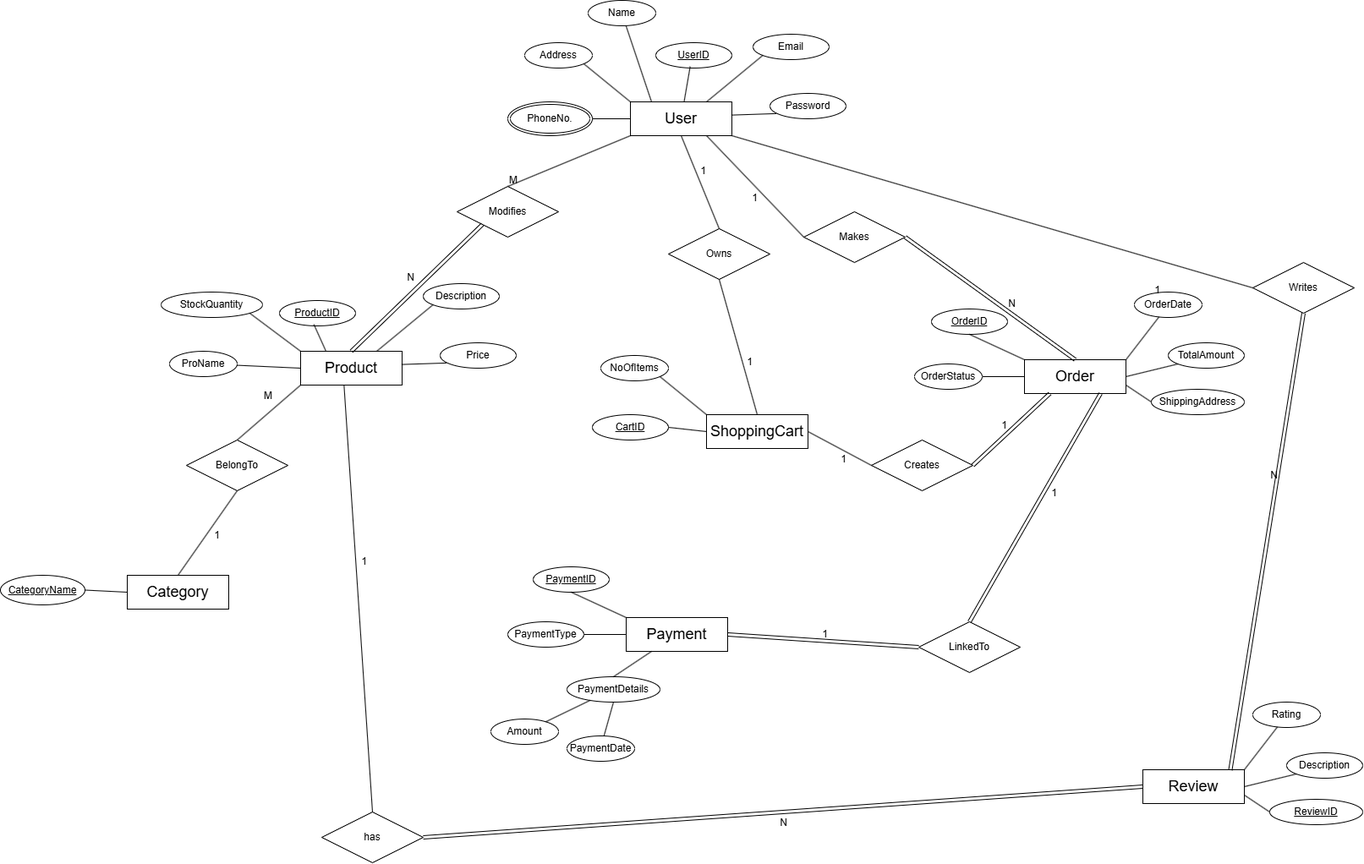
JH-33/TechXpress keeps this draw.io diagram as TechXpressERD.png. Above is the earlier version. Source tidied: cells renumbered, new cells last; positions are measured from the earlier drawing's top-left corner, leaving out a move shared by most shapes.
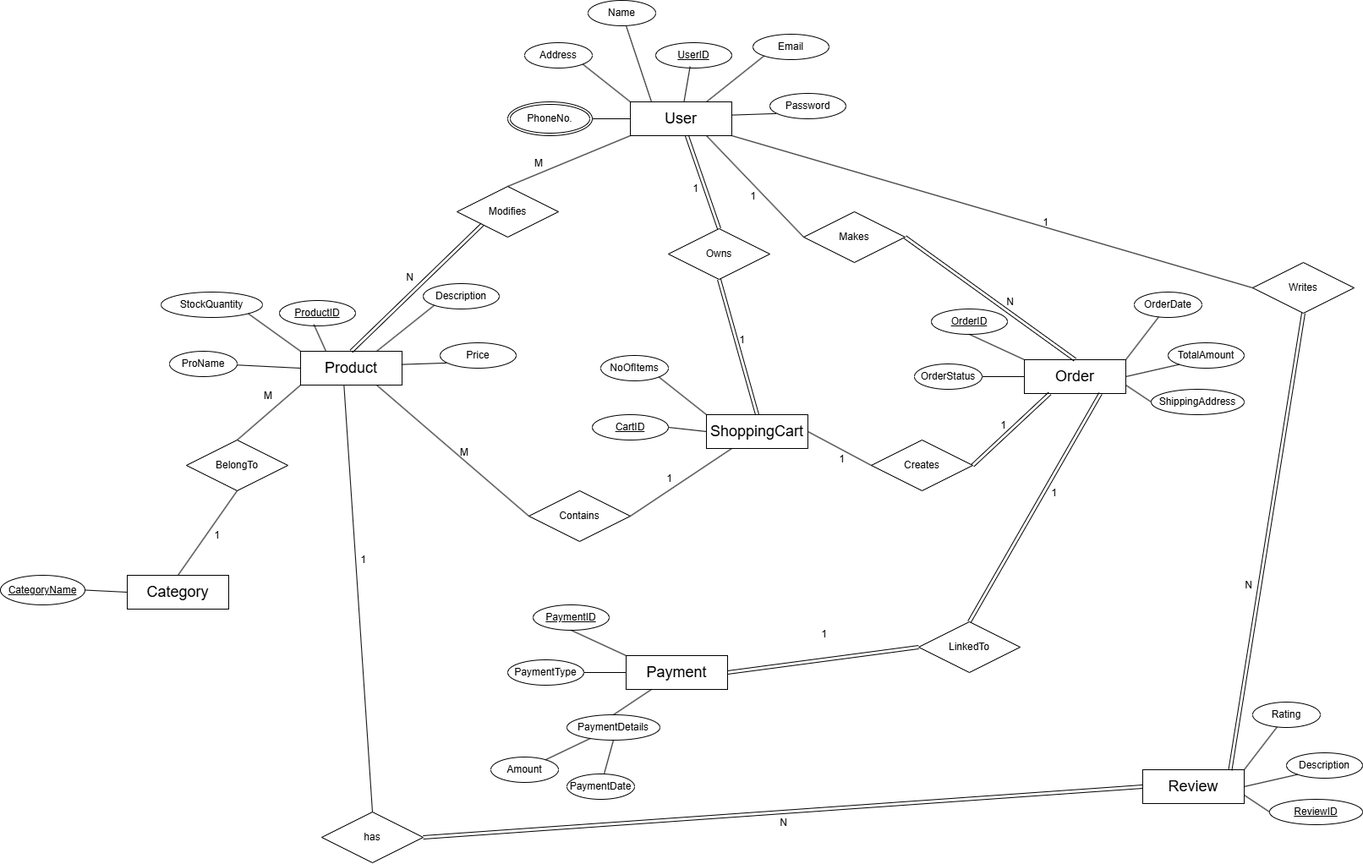
The same file after the commit.

Commit message:
ERD Diagram

Diff of the diagram source:
```diff
@@ -100,20 +100,20 @@
       <mxGeometry relative="1" as="geometry" />
     </mxCell>
     <mxCell id="33" value="&lt;font style=&quot;font-size: 18px;&quot;&gt;Payment&lt;/font&gt;" style="rounded=0;whiteSpace=wrap;html=1;" parent="1" vertex="1">
-      <mxGeometry x="740" y="730" width="120" height="40" as="geometry" />
+      <mxGeometry x="740" y="775" width="120" height="40" as="geometry" />
     </mxCell>
     <mxCell id="34" value="PaymentDate" style="ellipse;whiteSpace=wrap;html=1;" parent="1" vertex="1">
-      <mxGeometry x="670" y="870" width="80" height="30" as="geometry" />
+      <mxGeometry x="670" y="915" width="80" height="30" as="geometry" />
     </mxCell>
     <mxCell id="35" value="&lt;u&gt;PaymentID&lt;/u&gt;" style="ellipse;whiteSpace=wrap;html=1;" parent="1" vertex="1">
-      <mxGeometry x="630" y="670" width="90" height="30" as="geometry" />
+      <mxGeometry x="630" y="715" width="90" height="30" as="geometry" />
     </mxCell>
     <mxCell id="36" value="PaymentDetails" style="ellipse;whiteSpace=wrap;html=1;" parent="1" vertex="1">
-      <mxGeometry x="670" y="800" width="110" height="30" as="geometry" />
+      <mxGeometry x="670" y="845" width="110" height="30" as="geometry" />
     </mxCell>
     <mxCell id="37" style="endArrow=none;html=1;rounded=0;entryX=0;entryY=0.5;entryDx=0;entryDy=0;" parent="1" edge="1" target="33">
       <mxGeometry relative="1" as="geometry">
-        <mxPoint x="690" y="750" as="sourcePoint" />
+        <mxPoint x="690" y="795" as="sourcePoint" />
       </mxGeometry>
     </mxCell>
     <mxCell id="38" style="endArrow=none;html=1;rounded=0;entryX=0.5;entryY=1;entryDx=0;entryDy=0;" parent="1" edge="1" source="34" target="36">
@@ -126,10 +126,10 @@
       <mxGeometry relative="1" as="geometry" />
     </mxCell>
     <mxCell id="41" value="PaymentType" style="ellipse;whiteSpace=wrap;html=1;" parent="1" vertex="1">
-      <mxGeometry x="600" y="735" width="90" height="30" as="geometry" />
+      <mxGeometry x="600" y="780" width="90" height="30" as="geometry" />
     </mxCell>
     <mxCell id="42" value="Amount" style="ellipse;whiteSpace=wrap;html=1;" parent="1" vertex="1">
-      <mxGeometry x="580" y="850" width="80" height="30" as="geometry" />
+      <mxGeometry x="580" y="895" width="80" height="30" as="geometry" />
     </mxCell>
     <mxCell id="43" style="endArrow=none;html=1;rounded=0;" parent="1" edge="1" source="42" target="36">
       <mxGeometry relative="1" as="geometry" />
@@ -194,22 +194,6 @@
     <mxCell id="63" value="Owns" style="shape=rhombus;perimeter=rhombusPerimeter;whiteSpace=wrap;html=1;align=center;" parent="1" vertex="1">
       <mxGeometry x="790" y="270" width="120" height="60" as="geometry" />
     </mxCell>
-    <mxCell id="64" style="endArrow=none;html=1;rounded=0;exitX=0.5;exitY=1;exitDx=0;exitDy=0;entryX=0.5;entryY=0;entryDx=0;entryDy=0;" parent="1" edge="1" source="2" target="63">
-      <mxGeometry relative="1" as="geometry" />
-    </mxCell>
-    <mxCell id="65" value="1" style="html=1;whiteSpace=wrap;align=right;verticalAlign=bottom;" parent="64" vertex="1">
-      <mxGeometry x="1" relative="1" as="geometry">
-        <mxPoint x="-15" y="-60" as="offset" />
-      </mxGeometry>
-    </mxCell>
-    <mxCell id="66" style="endArrow=none;html=1;rounded=0;exitX=0.5;exitY=0;exitDx=0;exitDy=0;entryX=0.5;entryY=1;entryDx=0;entryDy=0;" parent="1" edge="1" source="58" target="63">
-      <mxGeometry relative="1" as="geometry" />
-    </mxCell>
-    <mxCell id="67" value="1" style="html=1;whiteSpace=wrap;align=right;verticalAlign=bottom;" parent="66" vertex="1">
-      <mxGeometry x="1" relative="1" as="geometry">
-        <mxPoint x="40" y="105" as="offset" />
-      </mxGeometry>
-    </mxCell>
     <mxCell id="68" value="Makes" style="shape=rhombus;perimeter=rhombusPerimeter;whiteSpace=wrap;html=1;align=center;" parent="1" vertex="1">
       <mxGeometry x="950" y="250" width="120" height="60" as="geometry" />
     </mxCell>
@@ -274,7 +258,9 @@
       <mxGeometry relative="1" as="geometry" />
     </mxCell>
     <mxCell id="85" value="M" style="html=1;whiteSpace=wrap;align=left;verticalAlign=bottom;" parent="84" vertex="1">
-      <mxGeometry x="-1" relative="1" as="geometry" />
+      <mxGeometry x="-1" relative="1" as="geometry">
+        <mxPoint x="30" y="-20" as="offset" />
+      </mxGeometry>
     </mxCell>
     <mxCell id="86" style="shape=link;html=1;rounded=0;entryX=0.5;entryY=0;entryDx=0;entryDy=0;exitX=0;exitY=1;exitDx=0;exitDy=0;" parent="1" edge="1" source="83" target="47">
       <mxGeometry relative="1" as="geometry" />
@@ -330,7 +316,7 @@
     </mxCell>
     <mxCell id="100" value="1" style="html=1;whiteSpace=wrap;align=right;verticalAlign=bottom;" parent="99" vertex="1">
       <mxGeometry x="1" relative="1" as="geometry">
-        <mxPoint x="-110" y="10" as="offset" />
+        <mxPoint x="-241" y="-70" as="offset" />
       </mxGeometry>
     </mxCell>
     <mxCell id="101" style="shape=link;html=1;rounded=0;exitX=0.5;exitY=1;exitDx=0;exitDy=0;entryX=0.862;entryY=0.011;entryDx=0;entryDy=0;entryPerimeter=0;" parent="1" edge="1" source="98" target="26">
@@ -338,8 +324,43 @@
     </mxCell>
     <mxCell id="102" value="N" style="html=1;whiteSpace=wrap;align=right;verticalAlign=bottom;" parent="101" vertex="1">
       <mxGeometry x="1" relative="1" as="geometry">
-        <mxPoint x="56" y="-341" as="offset" />
+        <mxPoint x="27" y="-211" as="offset" />
       </mxGeometry>
     </mxCell>
+    <mxCell id="103" style="shape=link;html=1;rounded=0;exitX=0.5;exitY=0;exitDx=0;exitDy=0;" parent="1" edge="1" source="63" target="2">
+      <mxGeometry relative="1" as="geometry" />
+    </mxCell>
+    <mxCell id="104" value="1" style="html=1;whiteSpace=wrap;align=right;verticalAlign=bottom;" parent="103" vertex="1">
+      <mxGeometry x="1" relative="1" as="geometry">
+        <mxPoint x="14" y="70" as="offset" />
+      </mxGeometry>
+    </mxCell>
+    <mxCell id="66" style="shape=link;html=1;rounded=0;exitX=0.5;exitY=0;exitDx=0;exitDy=0;entryX=0.5;entryY=1;entryDx=0;entryDy=0;" parent="1" edge="1" source="58" target="63">
+      <mxGeometry relative="1" as="geometry" />
+    </mxCell>
+    <mxCell id="105" value="1" style="html=1;whiteSpace=wrap;align=right;verticalAlign=bottom;" parent="66" vertex="1">
+      <mxGeometry x="1" relative="1" as="geometry">
+        <mxPoint x="31" y="78" as="offset" />
+      </mxGeometry>
+    </mxCell>
+    <mxCell id="106" value="Contains" style="shape=rhombus;perimeter=rhombusPerimeter;whiteSpace=wrap;html=1;align=center;" parent="1" vertex="1">
+      <mxGeometry x="625" y="580" width="120" height="60" as="geometry" />
+    </mxCell>
+    <mxCell id="107" style="endArrow=none;html=1;rounded=0;exitX=1;exitY=0.5;exitDx=0;exitDy=0;entryX=0.25;entryY=1;entryDx=0;entryDy=0;" parent="1" edge="1" source="106" target="58">
+      <mxGeometry relative="1" as="geometry" />
+    </mxCell>
+    <mxCell id="108" value="1" style="html=1;whiteSpace=wrap;align=right;verticalAlign=bottom;" parent="107" vertex="1">
+      <mxGeometry x="1" relative="1" as="geometry">
+        <mxPoint x="-69" y="43" as="offset" />
+      </mxGeometry>
+    </mxCell>
+    <mxCell id="109" style="endArrow=none;html=1;rounded=0;entryX=0.75;entryY=1;entryDx=0;entryDy=0;exitX=0;exitY=0.5;exitDx=0;exitDy=0;" parent="1" edge="1" source="106" target="47">
+      <mxGeometry relative="1" as="geometry" />
+    </mxCell>
+    <mxCell id="110" value="M" style="html=1;whiteSpace=wrap;align=left;verticalAlign=bottom;" parent="109" vertex="1">
+      <mxGeometry x="-1" relative="1" as="geometry">
+        <mxPoint x="-83" y="-68" as="offset" />
+      </mxGeometry>
+    </mxCell>
   </root>
 </mxGraphModel>
```
